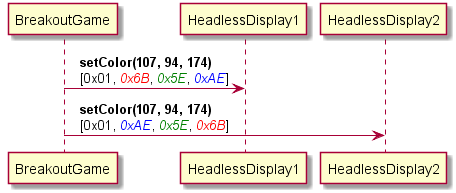
SINTEF-9012/thingml-diversifier keeps this PlantUML diagram as docs/reorder-param.png. Above is the earlier version. Its source is kept beside it as src/main/resources/figures/reorder-param.plantuml. Source of this version:
```plantuml
@startuml
BreakoutGame -> HeadlessDisplay1: <b>  setColor(107, 94, 174)</b>\n  [0x01, <font color="red"><i>0x6B</i></font>, <font color="green"><i>0x5E</i></font>, <font color="blue"><i>0xAE</i></font>]
BreakoutGame -> HeadlessDisplay2: <b>  setColor(107, 94, 174)</b>\n  [0x01, <font color="blue"><i>0xAE</i></font>, <font color="green"><i>0x5E</i></font>, <font color="red"><i>0x6B</i></font>]
@enduml
```
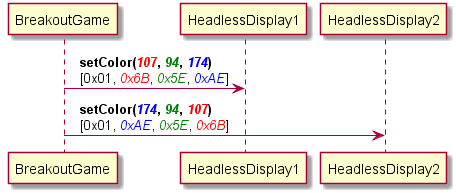
Above is the later version.

Diff of the diagram source:
```diff
@@ -1,4 +1,4 @@
 @startuml
-BreakoutGame -> HeadlessDisplay1: <b>  setColor(107, 94, 174)</b>\n  [0x01, <font color="red"><i>0x6B</i></font>, <font color="green"><i>0x5E</i></font>, <font color="blue"><i>0xAE</i></font>]
-BreakoutGame -> HeadlessDisplay2: <b>  setColor(107, 94, 174)</b>\n  [0x01, <font color="blue"><i>0xAE</i></font>, <font color="green"><i>0x5E</i></font>, <font color="red"><i>0x6B</i></font>]
+BreakoutGame -> HeadlessDisplay1: <b>  setColor(<font color="red"><i>107</i></font>, <font color="green"><i>94</i></font>, <font color="blue"><i>174</i></font>)</b>\n  [0x01, <font color="red"><i>0x6B</i></font>, <font color="green"><i>0x5E</i></font>, <font color="blue"><i>0xAE</i></font>]
+BreakoutGame -> HeadlessDisplay2: <b>  setColor(<font color="blue"><i>174</i></font>, <font color="green"><i>94</i></font>, <font color="red"><i>107</i></font>)</b>\n  [0x01, <font color="blue"><i>0xAE</i></font>, <font color="green"><i>0x5E</i></font>, <font color="red"><i>0x6B</i></font>]
 @enduml
```
